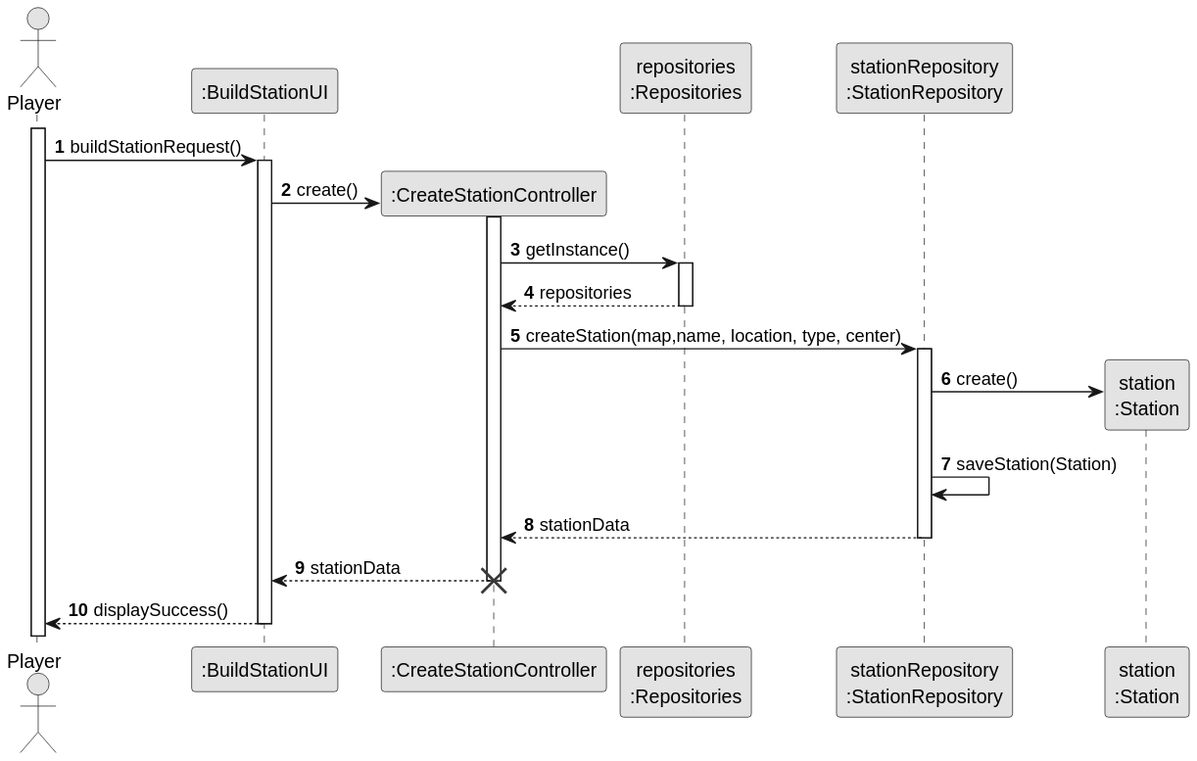
This is docs/system-documentation/US005/03.design/svg/US005-SD-createAndSuccess.svg from goncalolopesp/sem2-pi-24.25-g093-repo, a PlantUML export, as it was before one commit.
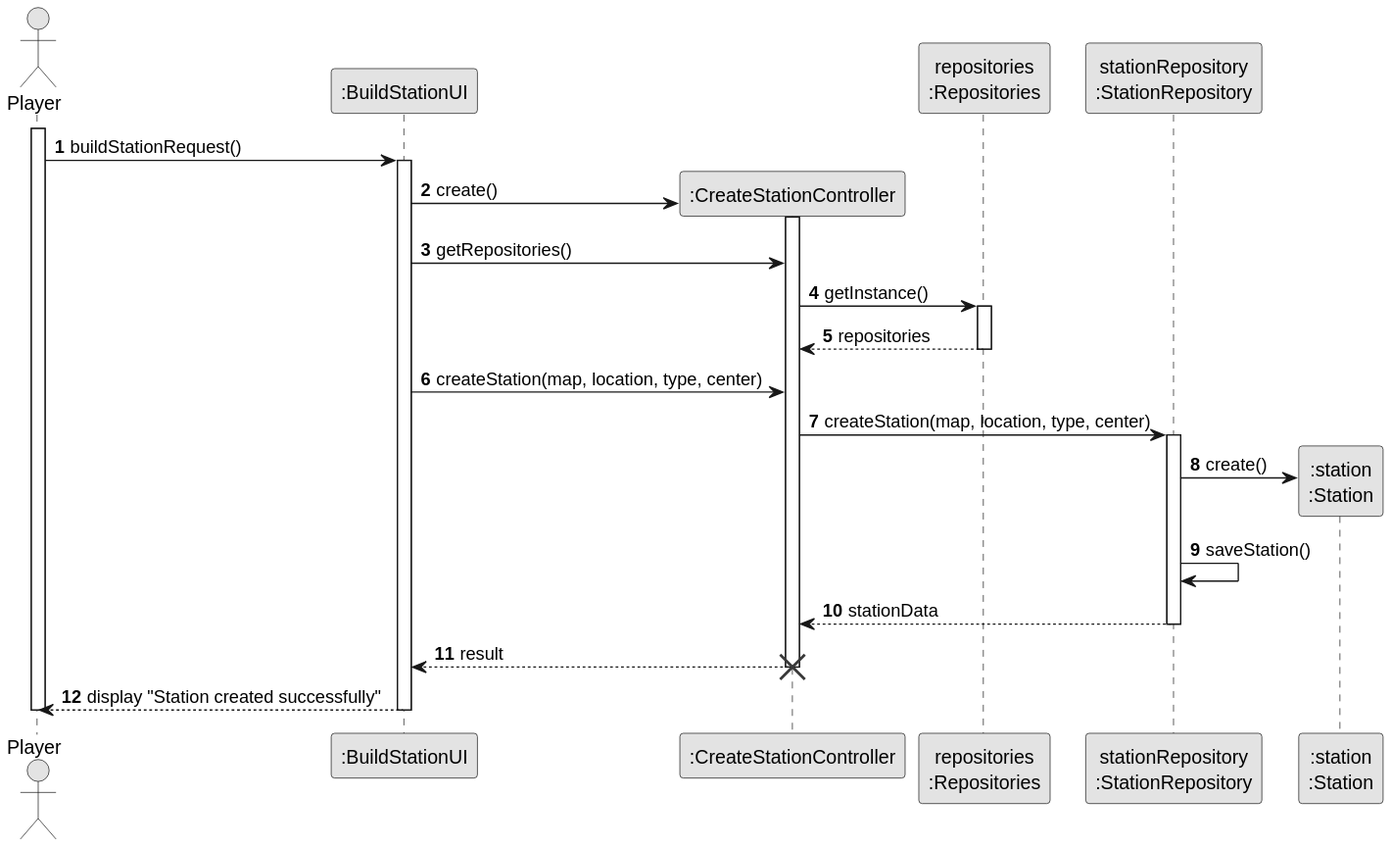
After the commit.

Diff of the diagram source:
```diff
@@ -6,34 +6,39 @@
 autonumber
 
 actor "Player" as Player
-participant ":BuildStationUI" as BuildUI
+participant ":BuildStationUI" as BuildStationUI
+participant ":CreateStationController" as CreateStationController
+participant "repositories\n:Repositories" as Repositories
+participant "stationRepository\n:StationRepository" as StationRepository
 
 activate Player
-Player -> BuildUI : buildStationRequest()
-activate BuildUI
-create ":CreateStationController" as BuildController
-BuildUI -> BuildController : create()
-activate BuildController
-participant "repositories\n:Repositories" as Repositories
-participant "stationRepository\n:StationRepository" as StationRepo
+Player -> BuildStationUI : buildStationRequest()
+activate BuildStationUI
+create CreateStationController
+BuildStationUI -> CreateStationController : create()
+activate CreateStationController
 
-BuildController -> Repositories : getInstance()
+BuildStationUI -> CreateStationController : getRepositories()
+CreateStationController -> Repositories : getInstance()
 activate Repositories
-Repositories --> BuildController : repositories
+Repositories --> CreateStationController : repositories
 deactivate Repositories
-BuildController -> StationRepo : createStation(map,name, location, type, center)
-activate StationRepo
 
-create "station\n:Station" as Station
-StationRepo -> Station         : create()
-StationRepo -> StationRepo     : saveStation(Station)
-StationRepo --> BuildController : stationData
-deactivate StationRepo
+BuildStationUI -> CreateStationController : createStation(map, location, type, center)
+CreateStationController -> StationRepository : createStation(map, location, type, center)
+activate StationRepository
 
-BuildController --> BuildUI : stationData
-deactivate BuildController
-destroy BuildController
+create ":station\n:Station" as Station
+StationRepository -> Station : create()
+StationRepository -> StationRepository : saveStation()
+StationRepository --> CreateStationController : stationData
+deactivate StationRepository
 
-BuildUI --> Player : displaySuccess()
-deactivate BuildUI
+CreateStationController --> BuildStationUI : result
+deactivate CreateStationController
+destroy CreateStationController
+
+BuildStationUI --> Player : display "Station created successfully"
+deactivate BuildStationUI
+deactivate Player
 @enduml
```
